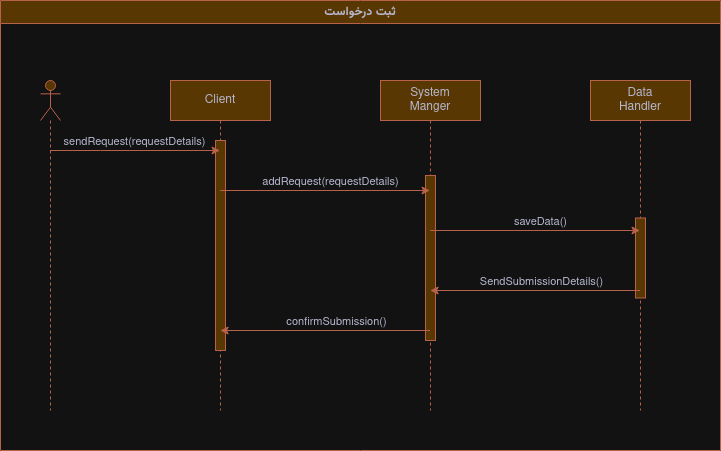
Above: Diagrams and Documents/ph4/Sequence Diagrams/C1/addRequestSeq.png in amir-Khodaverdi/The-Penguin-Project (draw.io), before the change. Source tidied: cells renumbered, new cells last; positions are measured from the earlier drawing's top-left corner, leaving out a move shared by most shapes.
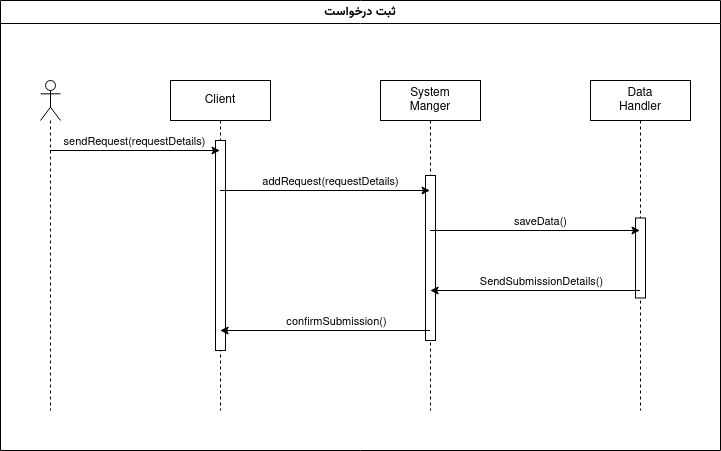
Later version of the same file.

Change to the diagram source:
```diff
@@ -2,84 +2,84 @@
   <root>
     <mxCell id="0" />
     <mxCell id="1" parent="0" />
-    <mxCell id="2" value="Client" style="shape=umlLifeline;perimeter=lifelinePerimeter;whiteSpace=wrap;html=1;outlineConnect=0;portConstraint=eastwest;newEdgeStyle={&quot;edgeStyle&quot;:&quot;elbowEdgeStyle&quot;,&quot;elbow&quot;:&quot;vertical&quot;,&quot;curved&quot;:0,&quot;rounded&quot;:0};labelBackgroundColor=none;fillColor=#F2CC8F;strokeColor=#E07A5F;fontColor=#393C56;" parent="1" vertex="1">
+    <mxCell id="2" value="Client" style="shape=umlLifeline;perimeter=lifelinePerimeter;whiteSpace=wrap;html=1;outlineConnect=0;portConstraint=eastwest;newEdgeStyle={&quot;edgeStyle&quot;:&quot;elbowEdgeStyle&quot;,&quot;elbow&quot;:&quot;vertical&quot;,&quot;curved&quot;:0,&quot;rounded&quot;:0};labelBackgroundColor=none;" parent="1" vertex="1">
       <mxGeometry x="170" y="80" width="100" height="330" as="geometry" />
     </mxCell>
-    <mxCell id="3" style="html=1;perimeter=orthogonalPerimeter;targetShapes=umlLifeline;newEdgeStyle={&quot;curved&quot;:0,&quot;rounded&quot;:0};labelBackgroundColor=none;fillColor=#F2CC8F;strokeColor=#E07A5F;fontColor=#393C56;" parent="2" vertex="1">
+    <mxCell id="3" style="html=1;perimeter=orthogonalPerimeter;targetShapes=umlLifeline;newEdgeStyle={&quot;curved&quot;:0,&quot;rounded&quot;:0};labelBackgroundColor=none;" parent="2" vertex="1">
       <mxGeometry x="45" y="60" width="10" height="210" as="geometry" />
     </mxCell>
-    <mxCell id="4" style="shape=umlLifeline;perimeter=lifelinePerimeter;whiteSpace=wrap;html=1;outlineConnect=0;portConstraint=eastwest;newEdgeStyle={&quot;curved&quot;:0,&quot;rounded&quot;:0};participant=umlActor;labelBackgroundColor=none;fillColor=#F2CC8F;strokeColor=#E07A5F;fontColor=#393C56;" parent="1" vertex="1">
+    <mxCell id="4" style="shape=umlLifeline;perimeter=lifelinePerimeter;whiteSpace=wrap;html=1;outlineConnect=0;portConstraint=eastwest;newEdgeStyle={&quot;curved&quot;:0,&quot;rounded&quot;:0};participant=umlActor;labelBackgroundColor=none;" parent="1" vertex="1">
       <mxGeometry x="40" y="80" width="20" height="330" as="geometry" />
     </mxCell>
-    <mxCell id="5" style="endArrow=classic;html=1;rounded=0;labelBackgroundColor=none;fontColor=default;strokeColor=#E07A5F;" parent="1" edge="1" source="4" target="2">
+    <mxCell id="5" style="endArrow=classic;html=1;rounded=0;labelBackgroundColor=none;fontColor=default;" parent="1" edge="1" source="4" target="2">
       <mxGeometry relative="1" as="geometry">
         <Array as="points">
           <mxPoint x="100" y="150" />
         </Array>
       </mxGeometry>
     </mxCell>
-    <mxCell id="6" value="sendRequest(requestDetails)" style="edgeLabel;html=1;align=center;verticalAlign=middle;labelBackgroundColor=none;fontColor=#393C56;" parent="5" vertex="1">
+    <mxCell id="6" value="sendRequest(requestDetails)" style="edgeLabel;html=1;align=center;verticalAlign=middle;labelBackgroundColor=none;" parent="5" vertex="1">
       <mxGeometry x="0.24" relative="1" as="geometry">
         <mxPoint x="-22" y="-10" as="offset" />
       </mxGeometry>
     </mxCell>
-    <mxCell id="7" value="&lt;div&gt;System&lt;/div&gt;&lt;div&gt;Manger&lt;br&gt;&lt;/div&gt;" style="shape=umlLifeline;perimeter=lifelinePerimeter;whiteSpace=wrap;html=1;newEdgeStyle={&quot;edgeStyle&quot;:&quot;elbowEdgeStyle&quot;,&quot;elbow&quot;:&quot;vertical&quot;,&quot;curved&quot;:0,&quot;rounded&quot;:0};labelBackgroundColor=none;fillColor=#F2CC8F;strokeColor=#E07A5F;fontColor=#393C56;" parent="1" vertex="1">
+    <mxCell id="7" value="&lt;div&gt;System&lt;/div&gt;&lt;div&gt;Manger&lt;br&gt;&lt;/div&gt;" style="shape=umlLifeline;perimeter=lifelinePerimeter;whiteSpace=wrap;html=1;newEdgeStyle={&quot;edgeStyle&quot;:&quot;elbowEdgeStyle&quot;,&quot;elbow&quot;:&quot;vertical&quot;,&quot;curved&quot;:0,&quot;rounded&quot;:0};labelBackgroundColor=none;" parent="1" vertex="1">
       <mxGeometry x="380" y="80" width="100" height="330" as="geometry" />
     </mxCell>
-    <mxCell id="8" style="html=1;perimeter=orthogonalPerimeter;targetShapes=umlLifeline;newEdgeStyle={&quot;curved&quot;:0,&quot;rounded&quot;:0};labelBackgroundColor=none;fillColor=#F2CC8F;strokeColor=#E07A5F;fontColor=#393C56;" parent="7" vertex="1">
+    <mxCell id="8" style="html=1;perimeter=orthogonalPerimeter;targetShapes=umlLifeline;newEdgeStyle={&quot;curved&quot;:0,&quot;rounded&quot;:0};labelBackgroundColor=none;" parent="7" vertex="1">
       <mxGeometry x="45" y="95" width="10" height="165" as="geometry" />
     </mxCell>
-    <mxCell id="9" style="endArrow=classic;html=1;rounded=0;labelBackgroundColor=none;fontColor=default;strokeColor=#E07A5F;" parent="1" edge="1">
+    <mxCell id="9" style="endArrow=classic;html=1;rounded=0;labelBackgroundColor=none;fontColor=default;" parent="1" edge="1">
       <mxGeometry relative="1" as="geometry">
         <mxPoint x="219.7" y="190" as="sourcePoint" />
         <mxPoint x="429.5" y="190" as="targetPoint" />
       </mxGeometry>
     </mxCell>
-    <mxCell id="10" value="addRequest(requestDetails)" style="edgeLabel;html=1;align=center;verticalAlign=middle;labelBackgroundColor=none;fontColor=#393C56;" parent="9" vertex="1">
+    <mxCell id="10" value="addRequest(requestDetails)" style="edgeLabel;html=1;align=center;verticalAlign=middle;labelBackgroundColor=none;" parent="9" vertex="1">
       <mxGeometry x="-0.01" y="-4" relative="1" as="geometry">
         <mxPoint x="6" y="-14" as="offset" />
       </mxGeometry>
     </mxCell>
-    <mxCell id="11" value="&lt;div&gt;Data&lt;/div&gt;&lt;div&gt;Handler&lt;br&gt;&lt;/div&gt;" style="shape=umlLifeline;perimeter=lifelinePerimeter;whiteSpace=wrap;html=1;newEdgeStyle={&quot;edgeStyle&quot;:&quot;elbowEdgeStyle&quot;,&quot;elbow&quot;:&quot;vertical&quot;,&quot;curved&quot;:0,&quot;rounded&quot;:0};labelBackgroundColor=none;fillColor=#F2CC8F;strokeColor=#E07A5F;fontColor=#393C56;" parent="1" vertex="1">
+    <mxCell id="11" value="&lt;div&gt;Data&lt;/div&gt;&lt;div&gt;Handler&lt;br&gt;&lt;/div&gt;" style="shape=umlLifeline;perimeter=lifelinePerimeter;whiteSpace=wrap;html=1;newEdgeStyle={&quot;edgeStyle&quot;:&quot;elbowEdgeStyle&quot;,&quot;elbow&quot;:&quot;vertical&quot;,&quot;curved&quot;:0,&quot;rounded&quot;:0};labelBackgroundColor=none;" parent="1" vertex="1">
       <mxGeometry x="590" y="80" width="100" height="330" as="geometry" />
     </mxCell>
-    <mxCell id="12" style="html=1;perimeter=orthogonalPerimeter;targetShapes=umlLifeline;newEdgeStyle={&quot;curved&quot;:0,&quot;rounded&quot;:0};labelBackgroundColor=none;fillColor=#F2CC8F;strokeColor=#E07A5F;fontColor=#393C56;" parent="11" vertex="1">
+    <mxCell id="12" style="html=1;perimeter=orthogonalPerimeter;targetShapes=umlLifeline;newEdgeStyle={&quot;curved&quot;:0,&quot;rounded&quot;:0};labelBackgroundColor=none;" parent="11" vertex="1">
       <mxGeometry x="45" y="137.5" width="10" height="80" as="geometry" />
     </mxCell>
-    <mxCell id="13" style="endArrow=classic;html=1;rounded=0;labelBackgroundColor=none;fontColor=default;strokeColor=#E07A5F;" parent="1" edge="1">
+    <mxCell id="13" style="endArrow=classic;html=1;rounded=0;labelBackgroundColor=none;fontColor=default;" parent="1" edge="1">
       <mxGeometry relative="1" as="geometry">
         <mxPoint x="429.7" y="230" as="sourcePoint" />
         <mxPoint x="639.5" y="230" as="targetPoint" />
       </mxGeometry>
     </mxCell>
-    <mxCell id="14" value="saveData()" style="edgeLabel;html=1;align=center;verticalAlign=middle;labelBackgroundColor=none;fontColor=#393C56;" parent="13" vertex="1">
+    <mxCell id="14" value="saveData()" style="edgeLabel;html=1;align=center;verticalAlign=middle;labelBackgroundColor=none;" parent="13" vertex="1">
       <mxGeometry x="-0.35" relative="1" as="geometry">
         <mxPoint x="42" y="-10" as="offset" />
       </mxGeometry>
     </mxCell>
-    <mxCell id="15" style="endArrow=classic;html=1;rounded=0;labelBackgroundColor=none;fontColor=default;strokeColor=#E07A5F;" parent="1" edge="1">
+    <mxCell id="15" style="endArrow=classic;html=1;rounded=0;labelBackgroundColor=none;fontColor=default;" parent="1" edge="1">
       <mxGeometry relative="1" as="geometry">
         <mxPoint x="429.5" y="330" as="sourcePoint" />
         <mxPoint x="219.7" y="330" as="targetPoint" />
       </mxGeometry>
     </mxCell>
-    <mxCell id="16" value="confirmSubmission()" style="edgeLabel;html=1;align=center;verticalAlign=middle;labelBackgroundColor=none;fontColor=#393C56;" parent="15" vertex="1">
+    <mxCell id="16" value="confirmSubmission()" style="edgeLabel;html=1;align=center;verticalAlign=middle;labelBackgroundColor=none;" parent="15" vertex="1">
       <mxGeometry x="-0.1" y="2" relative="1" as="geometry">
         <mxPoint y="-12" as="offset" />
       </mxGeometry>
     </mxCell>
-    <mxCell id="17" style="endArrow=classic;html=1;rounded=0;labelBackgroundColor=none;fontColor=default;strokeColor=#E07A5F;" parent="1" edge="1">
+    <mxCell id="17" style="endArrow=classic;html=1;rounded=0;labelBackgroundColor=none;fontColor=default;" parent="1" edge="1">
       <mxGeometry relative="1" as="geometry">
         <mxPoint x="639.5" y="290" as="sourcePoint" />
         <mxPoint x="429.7" y="290" as="targetPoint" />
       </mxGeometry>
     </mxCell>
-    <mxCell id="18" value="SendSubmissionDetails()" style="edgeLabel;html=1;align=center;verticalAlign=middle;labelBackgroundColor=none;fontColor=#393C56;" parent="17" vertex="1">
+    <mxCell id="18" value="SendSubmissionDetails()" style="edgeLabel;html=1;align=center;verticalAlign=middle;labelBackgroundColor=none;" parent="17" vertex="1">
       <mxGeometry x="-0.09" y="3" relative="1" as="geometry">
         <mxPoint x="-4" y="-13" as="offset" />
       </mxGeometry>
     </mxCell>
-    <mxCell id="19" value="&lt;font face=&quot;Vazirmatn&quot;&gt;ثبت درخواست&lt;br&gt;&lt;/font&gt;" style="swimlane;whiteSpace=wrap;html=1;labelBackgroundColor=none;fillColor=#F2CC8F;strokeColor=#E07A5F;fontColor=#393C56;" parent="1" vertex="1">
+    <mxCell id="19" value="&lt;font face=&quot;Vazirmatn&quot;&gt;ثبت درخواست&lt;br&gt;&lt;/font&gt;" style="swimlane;whiteSpace=wrap;html=1;labelBackgroundColor=none;" parent="1" vertex="1">
       <mxGeometry width="720" height="450" as="geometry" />
     </mxCell>
   </root>
```
